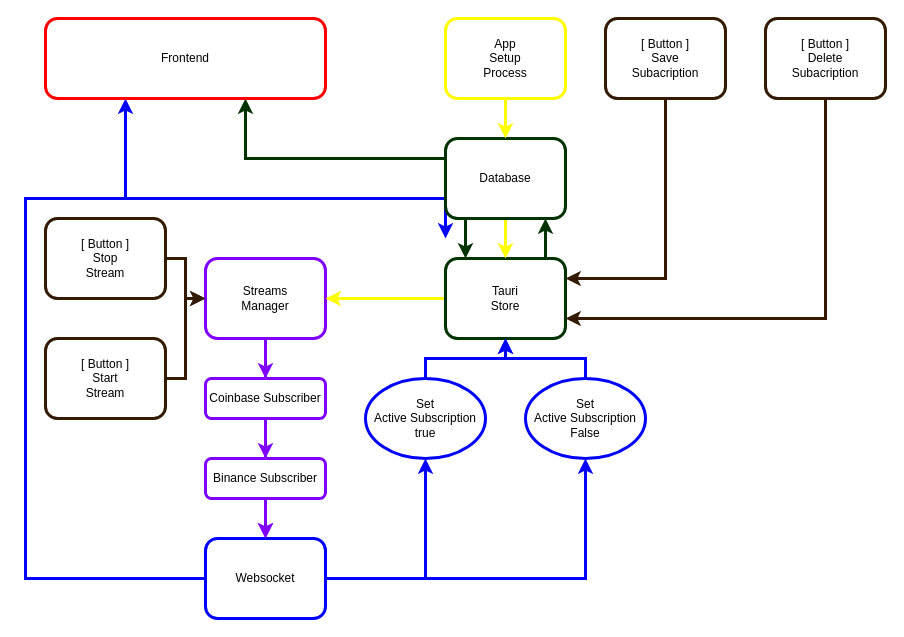
DarthBuddha/chartbuddha keeps this draw.io diagram as .docs/drawio/Subscriber-Logic.drawio. Above is the earlier version. Source tidied: cells renumbered, new cells numbered last; positions are measured from the earlier drawing's top-left corner, leaving out a move shared by most shapes. Both pictures are drawn from the tidied source at 100%, with x=0, y=0 at pixel (25, 18).
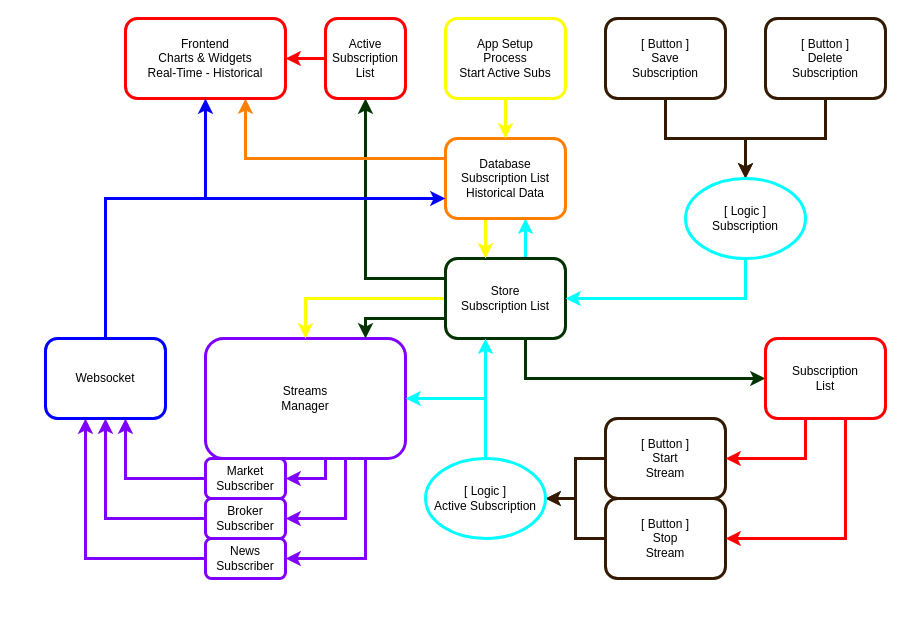
The same page after the edit.

Change to the diagram source:
```diff
@@
-    <mxCell id="2" style="edgeStyle=orthogonalEdgeStyle;rounded=0;jettySize=auto;html=1;strokeColor=#7F00FF;strokeWidth=3;" parent="1" edge="1" source="4" target="13">
-      <mxGeometry relative="1" as="geometry" />
+    <mxCell id="2" style="edgeStyle=orthogonalEdgeStyle;shape=connector;rounded=0;jettySize=auto;html=1;strokeColor=#7F00FF;strokeWidth=3;align=center;verticalAlign=middle;fontFamily=Helvetica;fontSize=12;fontColor=default;labelBackgroundColor=default;endArrow=classic;" parent="1" edge="1" source="4" target="13">
+      <mxGeometry relative="1" as="geometry">
+        <Array as="points">
+          <mxPoint x="340" y="540" />
+        </Array>
+      </mxGeometry>
     </mxCell>
-    <mxCell id="3" style="edgeStyle=orthogonalEdgeStyle;rounded=0;jettySize=auto;html=1;strokeColor=#7F00FF;strokeWidth=3;" parent="1" edge="1" source="4" target="6">
-      <mxGeometry relative="1" as="geometry" />
+    <mxCell id="3" style="edgeStyle=orthogonalEdgeStyle;shape=connector;rounded=0;jettySize=auto;html=1;strokeColor=#7F00FF;strokeWidth=3;align=center;verticalAlign=middle;fontFamily=Helvetica;fontSize=12;fontColor=default;labelBackgroundColor=default;endArrow=classic;" parent="1" edge="1" source="4" target="6">
+      <mxGeometry relative="1" as="geometry">
+        <Array as="points">
+          <mxPoint x="320" y="500" />
+        </Array>
+      </mxGeometry>
     </mxCell>
     <mxCell id="4" value="Streams&lt;br&gt;Manager" style="rounded=1;whiteSpace=wrap;html=1;strokeColor=#7F00FF;strokeWidth=3;" parent="1" vertex="1">
-      <mxGeometry x="180" y="240" width="120" height="80" as="geometry" />
+      <mxGeometry x="180" y="320" width="200" height="120" as="geometry" />
     </mxCell>
-    <mxCell id="5" style="edgeStyle=orthogonalEdgeStyle;rounded=0;jettySize=auto;html=1;strokeColor=#7F00FF;strokeWidth=3;" parent="1" edge="1" source="6" target="11">
+    <mxCell id="5" style="edgeStyle=orthogonalEdgeStyle;shape=connector;rounded=0;jettySize=auto;html=1;strokeColor=#7F00FF;strokeWidth=3;align=center;verticalAlign=middle;fontFamily=Helvetica;fontSize=12;fontColor=default;labelBackgroundColor=default;endArrow=classic;" parent="1" edge="1" source="6" target="11">
       <mxGeometry relative="1" as="geometry" />
     </mxCell>
-    <mxCell id="6" value="Coinbase Subscriber" style="rounded=1;whiteSpace=wrap;html=1;strokeColor=#7F00FF;strokeWidth=3;" parent="1" vertex="1">
-      <mxGeometry x="180" y="360" width="120" height="40" as="geometry" />
+    <mxCell id="6" value="&lt;div&gt;Broker&lt;/div&gt;&lt;div&gt;Subscriber&lt;/div&gt;" style="rounded=1;whiteSpace=wrap;html=1;strokeColor=#7F00FF;strokeWidth=3;" parent="1" vertex="1">
+      <mxGeometry x="180" y="480" width="80" height="40" as="geometry" />
     </mxCell>
-    <mxCell id="7" style="edgeStyle=orthogonalEdgeStyle;rounded=0;jettySize=auto;html=1;strokeColor=#0000FF;strokeWidth=3;" parent="1" edge="1" source="11" target="32">
-      <mxGeometry relative="1" as="geometry" />
-    </mxCell>
-    <mxCell id="8" style="edgeStyle=orthogonalEdgeStyle;rounded=0;jettySize=auto;html=1;strokeColor=#0000FF;strokeWidth=3;" parent="1" edge="1" source="11" target="34">
-      <mxGeometry relative="1" as="geometry" />
-    </mxCell>
-    <mxCell id="9" style="edgeStyle=orthogonalEdgeStyle;rounded=0;orthogonalLoop=1;jettySize=auto;html=1;strokeColor=#0000FF;strokeWidth=3;" parent="1" edge="1">
-      <mxGeometry relative="1" as="geometry">
-        <mxPoint x="180" y="560" as="sourcePoint" />
-        <mxPoint x="420" y="220" as="targetPoint" />
-        <Array as="points">
-          <mxPoint y="560" />
-          <mxPoint y="180" />
-          <mxPoint x="420" y="180" />
-        </Array>
-      </mxGeometry>
-    </mxCell>
-    <mxCell id="10" style="edgeStyle=orthogonalEdgeStyle;rounded=0;jettySize=auto;html=1;strokeColor=#0000FF;strokeWidth=3;" parent="1" edge="1" target="35">
-      <mxGeometry relative="1" as="geometry">
-        <mxPoint x="180" y="560" as="sourcePoint" />
-        <Array as="points">
-          <mxPoint y="560" />
-          <mxPoint y="180" />
-          <mxPoint x="100" y="180" />
-        </Array>
-      </mxGeometry>
-    </mxCell>
-    <mxCell id="11" value="Websocket" style="rounded=1;whiteSpace=wrap;html=1;strokeColor=#0000FF;strokeWidth=3;" parent="1" vertex="1">
-      <mxGeometry x="180" y="520" width="120" height="80" as="geometry" />
-    </mxCell>
-    <mxCell id="12" style="edgeStyle=orthogonalEdgeStyle;rounded=0;jettySize=auto;html=1;strokeColor=#7F00FF;strokeWidth=3;" parent="1" edge="1" source="13" target="11">
-      <mxGeometry relative="1" as="geometry" />
+    <mxCell id="12" style="edgeStyle=orthogonalEdgeStyle;shape=connector;rounded=0;jettySize=auto;html=1;strokeColor=#7F00FF;strokeWidth=3;align=center;verticalAlign=middle;fontFamily=Helvetica;fontSize=12;fontColor=default;labelBackgroundColor=default;endArrow=classic;" parent="1" edge="1" source="13" target="11">
+      <mxGeometry relative="1" as="geometry">
+        <Array as="points">
+          <mxPoint x="60" y="540" />
+        </Array>
+      </mxGeometry>
     </mxCell>
-    <mxCell id="13" value="Binance Subscriber" style="rounded=1;whiteSpace=wrap;html=1;strokeColor=#7F00FF;strokeWidth=3;" parent="1" vertex="1">
-      <mxGeometry x="180" y="440" width="120" height="40" as="geometry" />
+    <mxCell id="13" value="&lt;div&gt;News&lt;/div&gt;&lt;div&gt;Subscriber&lt;/div&gt;" style="rounded=1;whiteSpace=wrap;html=1;strokeColor=#7F00FF;strokeWidth=3;" parent="1" vertex="1">
+      <mxGeometry x="180" y="520" width="80" height="40" as="geometry" />
     </mxCell>
+    <mxCell id="15" style="edgeStyle=orthogonalEdgeStyle;rounded=0;jettySize=auto;html=1;strokeColor=#FFFF00;strokeWidth=3;" parent="1" edge="1" source="16" target="4">
+      <mxGeometry relative="1" as="geometry">
+        <Array as="points">
+          <mxPoint x="330" y="280" />
+          <mxPoint x="330" y="280" />
+        </Array>
+      </mxGeometry>
+    </mxCell>
+    <mxCell id="36" style="edgeStyle=orthogonalEdgeStyle;rounded=0;jettySize=auto;html=1;strokeColor=#003300;strokeWidth=3;startArrow=none;startFill=0;" parent="1" edge="1" source="16" target="43">
+      <mxGeometry relative="1" as="geometry">
+        <Array as="points">
+          <mxPoint x="340" y="260" />
+        </Array>
+      </mxGeometry>
+    </mxCell>
+    <mxCell id="37" style="edgeStyle=orthogonalEdgeStyle;rounded=0;jettySize=auto;html=1;strokeColor=#003300;strokeWidth=3;" parent="1" edge="1" source="16" target="48">
+      <mxGeometry relative="1" as="geometry">
+        <Array as="points">
+          <mxPoint x="500" y="360" />
+        </Array>
+      </mxGeometry>
+    </mxCell>
+    <mxCell id="38" style="edgeStyle=orthogonalEdgeStyle;shape=connector;rounded=0;jettySize=auto;html=1;strokeColor=#003300;strokeWidth=3;align=center;verticalAlign=middle;fontFamily=Helvetica;fontSize=12;fontColor=default;labelBackgroundColor=default;endArrow=classic;" parent="1" edge="1" source="16" target="4">
+      <mxGeometry relative="1" as="geometry">
+        <Array as="points">
+          <mxPoint x="340" y="300" />
+        </Array>
+      </mxGeometry>
+    </mxCell>
-    <mxCell id="14" style="edgeStyle=orthogonalEdgeStyle;rounded=0;jettySize=auto;html=1;strokeColor=#003300;strokeWidth=3;" parent="1" edge="1" source="16" target="20">
+    <mxCell id="14" style="edgeStyle=orthogonalEdgeStyle;shape=connector;rounded=0;jettySize=auto;html=1;strokeColor=#00FFFF;strokeWidth=3;align=center;verticalAlign=middle;fontFamily=Helvetica;fontSize=12;fontColor=default;labelBackgroundColor=default;endArrow=classic;" parent="1" edge="1" source="16" target="20">
       <mxGeometry relative="1" as="geometry">
         <Array as="points">
-          <mxPoint x="520" y="220" />
-          <mxPoint x="520" y="220" />
+          <mxPoint x="500" y="220" />
+          <mxPoint x="500" y="220" />
         </Array>
       </mxGeometry>
     </mxCell>
-    <mxCell id="15" style="edgeStyle=orthogonalEdgeStyle;rounded=0;jettySize=auto;html=1;strokeColor=#FFFF00;strokeWidth=3;" parent="1" edge="1" source="16" target="4">
-      <mxGeometry relative="1" as="geometry" />
-    </mxCell>
-    <mxCell id="16" value="Tauri&lt;br&gt;Store" style="rounded=1;whiteSpace=wrap;html=1;strokeColor=#003300;strokeWidth=3;" parent="1" vertex="1">
+    <mxCell id="16" value="Store&lt;br&gt;Subscription List" style="rounded=1;whiteSpace=wrap;html=1;strokeColor=#003300;strokeWidth=3;" parent="1" vertex="1">
       <mxGeometry x="420" y="240" width="120" height="80" as="geometry" />
     </mxCell>
-    <mxCell id="17" style="edgeStyle=orthogonalEdgeStyle;rounded=0;jettySize=auto;html=1;strokeColor=#003300;strokeWidth=3;" parent="1" edge="1" source="20" target="16">
-      <mxGeometry relative="1" as="geometry">
-        <Array as="points">
-          <mxPoint x="440" y="220" />
-          <mxPoint x="440" y="220" />
-        </Array>
-      </mxGeometry>
-    </mxCell>
     <mxCell id="18" style="edgeStyle=orthogonalEdgeStyle;rounded=0;jettySize=auto;html=1;strokeColor=#FFFF00;strokeWidth=3;" parent="1" edge="1" source="20" target="16">
-      <mxGeometry relative="1" as="geometry" />
+      <mxGeometry relative="1" as="geometry">
+        <Array as="points">
+          <mxPoint x="460" y="220" />
+          <mxPoint x="460" y="220" />
+        </Array>
+      </mxGeometry>
     </mxCell>
-    <mxCell id="19" style="edgeStyle=orthogonalEdgeStyle;rounded=0;jettySize=auto;html=1;strokeColor=#003300;strokeWidth=3;" parent="1" edge="1" source="20" target="35">
+    <mxCell id="19" style="edgeStyle=orthogonalEdgeStyle;rounded=0;jettySize=auto;html=1;strokeColor=#FF8000;strokeWidth=3;" parent="1" edge="1" source="20" target="35">
       <mxGeometry relative="1" as="geometry">
         <Array as="points">
           <mxPoint x="220" y="140" />
         </Array>
       </mxGeometry>
     </mxCell>
-    <mxCell id="20" value="Database" style="rounded=1;whiteSpace=wrap;html=1;strokeColor=#003300;strokeWidth=3;" parent="1" vertex="1">
+    <mxCell id="20" value="Database&lt;br&gt;Subscription List&lt;br&gt;Historical Data" style="rounded=1;whiteSpace=wrap;html=1;strokeColor=#FF8000;strokeWidth=3;" parent="1" vertex="1">
       <mxGeometry x="420" y="120" width="120" height="80" as="geometry" />
     </mxCell>
-    <mxCell id="21" style="edgeStyle=orthogonalEdgeStyle;rounded=0;jettySize=auto;html=1;strokeColor=#331A00;strokeWidth=3;" parent="1" edge="1" source="22" target="4">
-      <mxGeometry relative="1" as="geometry" />
-    </mxCell>
+    <mxCell id="39" style="edgeStyle=orthogonalEdgeStyle;rounded=0;jettySize=auto;html=1;strokeColor=#331A00;strokeWidth=3;" parent="1" edge="1" source="22" target="32">
+      <mxGeometry relative="1" as="geometry" />
+    </mxCell>
     <mxCell id="22" value="[ Button ]&lt;br&gt;Start&lt;br&gt;Stream" style="rounded=1;whiteSpace=wrap;html=1;strokeColor=#331A00;strokeWidth=3;" parent="1" vertex="1">
-      <mxGeometry x="20" y="320" width="120" height="80" as="geometry" />
+      <mxGeometry x="580" y="400" width="120" height="80" as="geometry" />
     </mxCell>
-    <mxCell id="23" style="edgeStyle=orthogonalEdgeStyle;rounded=0;jettySize=auto;html=1;strokeColor=#331A00;strokeWidth=3;" parent="1" edge="1" source="24" target="4">
-      <mxGeometry relative="1" as="geometry" />
-    </mxCell>
+    <mxCell id="40" style="edgeStyle=orthogonalEdgeStyle;shape=connector;rounded=0;jettySize=auto;html=1;strokeColor=#331A00;strokeWidth=3;align=center;verticalAlign=middle;fontFamily=Helvetica;fontSize=12;fontColor=default;labelBackgroundColor=default;endArrow=classic;" parent="1" edge="1" source="24" target="32">
+      <mxGeometry relative="1" as="geometry" />
+    </mxCell>
     <mxCell id="24" value="[ Button ]&lt;br&gt;Stop&lt;br&gt;Stream" style="rounded=1;whiteSpace=wrap;html=1;strokeColor=#331A00;strokeWidth=3;" parent="1" vertex="1">
-      <mxGeometry x="20" y="200" width="120" height="80" as="geometry" />
+      <mxGeometry x="580" y="480" width="120" height="80" as="geometry" />
     </mxCell>
@@
-    <mxCell id="26" value="App&lt;br&gt;Setup&lt;br&gt;Process" style="rounded=1;whiteSpace=wrap;html=1;strokeColor=#FFFF00;strokeWidth=3;" parent="1" vertex="1">
+    <mxCell id="26" value="App Setup&lt;br&gt;Process&lt;br&gt;Start Active Subs" style="rounded=1;whiteSpace=wrap;html=1;strokeColor=#FFFF00;strokeWidth=3;" parent="1" vertex="1">
       <mxGeometry x="420" width="120" height="80" as="geometry" />
     </mxCell>
-    <mxCell id="27" style="edgeStyle=orthogonalEdgeStyle;rounded=0;jettySize=auto;html=1;strokeColor=#331A00;strokeWidth=3;" parent="1" edge="1" source="28" target="16">
+    <mxCell id="27" style="edgeStyle=orthogonalEdgeStyle;rounded=0;jettySize=auto;html=1;strokeColor=#331A00;strokeWidth=3;" parent="1" edge="1" source="28">
       <mxGeometry relative="1" as="geometry">
+        <mxPoint x="720" y="160" as="targetPoint" />
         <Array as="points">
-          <mxPoint x="640" y="260" />
+          <mxPoint x="640" y="120" />
+          <mxPoint x="720" y="120" />
         </Array>
       </mxGeometry>
     </mxCell>
-    <mxCell id="28" value="[ Button ]&lt;br&gt;Save&lt;br&gt;Subacription" style="rounded=1;whiteSpace=wrap;html=1;strokeColor=#331A00;strokeWidth=3;" parent="1" vertex="1">
+    <mxCell id="28" value="[ Button ]&lt;br&gt;Save&lt;br&gt;Subscription" style="rounded=1;whiteSpace=wrap;html=1;strokeColor=#331A00;strokeWidth=3;" parent="1" vertex="1">
       <mxGeometry x="580" width="120" height="80" as="geometry" />
     </mxCell>
-    <mxCell id="29" style="edgeStyle=orthogonalEdgeStyle;rounded=0;jettySize=auto;html=1;exitX=0.5;exitY=1;exitDx=0;exitDy=0;strokeColor=#331A00;strokeWidth=3;" parent="1" edge="1" source="30" target="16">
+    <mxCell id="29" style="edgeStyle=orthogonalEdgeStyle;rounded=0;jettySize=auto;html=1;exitX=0.5;exitY=1;exitDx=0;exitDy=0;strokeColor=#331A00;strokeWidth=3;" parent="1" edge="1" source="30">
       <mxGeometry relative="1" as="geometry">
+        <mxPoint x="720" y="160" as="targetPoint" />
         <Array as="points">
-          <mxPoint x="800" y="300" />
+          <mxPoint x="800" y="120" />
+          <mxPoint x="720" y="120" />
         </Array>
       </mxGeometry>
     </mxCell>
-    <mxCell id="30" value="[ Button ]&lt;br&gt;Delete&lt;br&gt;Subacription" style="rounded=1;whiteSpace=wrap;html=1;strokeColor=#331A00;strokeWidth=3;" parent="1" vertex="1">
+    <mxCell id="30" value="[ Button ]&lt;br&gt;Delete&lt;br&gt;Subscription" style="rounded=1;whiteSpace=wrap;html=1;strokeColor=#331A00;strokeWidth=3;" parent="1" vertex="1">
       <mxGeometry x="740" width="120" height="80" as="geometry" />
     </mxCell>
-    <mxCell id="31" style="edgeStyle=orthogonalEdgeStyle;rounded=0;jettySize=auto;html=1;strokeColor=#0000FF;strokeWidth=3;" parent="1" edge="1" source="32" target="16">
-      <mxGeometry relative="1" as="geometry" />
+    <mxCell id="31" style="edgeStyle=orthogonalEdgeStyle;rounded=0;jettySize=auto;html=1;strokeColor=#00FFFF;strokeWidth=3;" parent="1" edge="1" source="32" target="16">
+      <mxGeometry relative="1" as="geometry">
+        <Array as="points">
+          <mxPoint x="460" y="350" />
+          <mxPoint x="460" y="350" />
+        </Array>
+      </mxGeometry>
     </mxCell>
+    <mxCell id="41" style="edgeStyle=orthogonalEdgeStyle;shape=connector;rounded=0;jettySize=auto;html=1;strokeColor=#00FFFF;strokeWidth=3;align=center;verticalAlign=middle;fontFamily=Helvetica;fontSize=12;fontColor=default;labelBackgroundColor=default;endArrow=classic;" parent="1" edge="1" source="32" target="4">
+      <mxGeometry relative="1" as="geometry">
+        <Array as="points">
+          <mxPoint x="460" y="380" />
+        </Array>
+      </mxGeometry>
+    </mxCell>
-    <mxCell id="32" value="Set&lt;br&gt;Active Subscription&lt;br&gt;true" style="ellipse;whiteSpace=wrap;html=1;strokeColor=#0000FF;strokeWidth=3;" parent="1" vertex="1">
-      <mxGeometry x="340" y="360" width="120" height="80" as="geometry" />
+    <mxCell id="32" value="&lt;div&gt;[ Logic ]&lt;/div&gt;Active Subscription" style="ellipse;whiteSpace=wrap;html=1;strokeColor=#00FFFF;strokeWidth=3;" parent="1" vertex="1">
+      <mxGeometry x="400" y="440" width="120" height="80" as="geometry" />
     </mxCell>
-    <mxCell id="33" style="edgeStyle=orthogonalEdgeStyle;rounded=0;jettySize=auto;html=1;strokeColor=#0000FF;strokeWidth=3;" parent="1" edge="1" source="34" target="16">
-      <mxGeometry relative="1" as="geometry" />
-    </mxCell>
-    <mxCell id="34" value="Set&lt;br&gt;Active Subscription&lt;br&gt;False" style="ellipse;whiteSpace=wrap;html=1;strokeColor=#0000FF;strokeWidth=3;" parent="1" vertex="1">
-      <mxGeometry x="500" y="360" width="120" height="80" as="geometry" />
-    </mxCell>
-    <mxCell id="35" value="Frontend" style="rounded=1;whiteSpace=wrap;html=1;strokeColor=#FF0000;strokeWidth=3;" parent="1" vertex="1">
-      <mxGeometry x="20" width="280" height="80" as="geometry" />
+    <mxCell id="35" value="Frontend&lt;br&gt;Charts &amp;amp; Widgets&lt;br&gt;Real-Time - Historical" style="rounded=1;whiteSpace=wrap;html=1;strokeColor=#FF0000;strokeWidth=3;" parent="1" vertex="1">
+      <mxGeometry x="100" width="160" height="80" as="geometry" />
     </mxCell>
+    <mxCell id="42" style="edgeStyle=orthogonalEdgeStyle;rounded=0;jettySize=auto;html=1;strokeColor=#FF0000;strokeWidth=3;" parent="1" edge="1" source="43" target="35">
+      <mxGeometry relative="1" as="geometry" />
+    </mxCell>
+    <mxCell id="43" value="Active&lt;br&gt;Subscription&lt;br&gt;List" style="rounded=1;whiteSpace=wrap;html=1;strokeColor=#FF0000;strokeWidth=3;" parent="1" vertex="1">
+      <mxGeometry x="300" width="80" height="80" as="geometry" />
+    </mxCell>
+    <mxCell id="44" style="edgeStyle=orthogonalEdgeStyle;shape=connector;rounded=0;jettySize=auto;html=1;strokeColor=#7F00FF;strokeWidth=3;align=center;verticalAlign=middle;fontFamily=Helvetica;fontSize=12;fontColor=default;labelBackgroundColor=default;endArrow=classic;" parent="1" edge="1" source="45" target="11">
+      <mxGeometry relative="1" as="geometry">
+        <Array as="points">
+          <mxPoint x="100" y="460" />
+        </Array>
+      </mxGeometry>
+    </mxCell>
+    <mxCell id="45" value="&lt;span style=&quot;background-color: transparent; color: light-dark(rgb(0, 0, 0), rgb(255, 255, 255));&quot;&gt;Market&lt;/span&gt;&lt;div&gt;&lt;span style=&quot;background-color: transparent; color: light-dark(rgb(0, 0, 0), rgb(255, 255, 255));&quot;&gt;Subscriber&lt;/span&gt;&lt;/div&gt;" style="rounded=1;whiteSpace=wrap;html=1;strokeColor=#7F00FF;strokeWidth=3;" parent="1" vertex="1">
+      <mxGeometry x="180" y="440" width="80" height="40" as="geometry" />
+    </mxCell>
+    <mxCell id="46" style="edgeStyle=orthogonalEdgeStyle;rounded=0;jettySize=auto;html=1;strokeColor=#FF0000;strokeWidth=3;" parent="1" edge="1" source="48" target="24">
+      <mxGeometry relative="1" as="geometry">
+        <Array as="points">
+          <mxPoint x="820" y="520" />
+        </Array>
+      </mxGeometry>
+    </mxCell>
+    <mxCell id="47" style="edgeStyle=orthogonalEdgeStyle;shape=connector;rounded=0;jettySize=auto;html=1;strokeColor=#FF0000;strokeWidth=3;align=center;verticalAlign=middle;fontFamily=Helvetica;fontSize=12;fontColor=default;labelBackgroundColor=default;endArrow=classic;" parent="1" edge="1" source="48" target="22">
+      <mxGeometry relative="1" as="geometry">
+        <Array as="points">
+          <mxPoint x="780" y="440" />
+        </Array>
+      </mxGeometry>
+    </mxCell>
+    <mxCell id="48" value="Subscription&lt;br&gt;List" style="rounded=1;whiteSpace=wrap;html=1;strokeColor=#FF0000;strokeWidth=3;" parent="1" vertex="1">
+      <mxGeometry x="740" y="320" width="120" height="80" as="geometry" />
+    </mxCell>
+    <mxCell id="49" style="edgeStyle=orthogonalEdgeStyle;shape=connector;rounded=0;jettySize=auto;html=1;strokeColor=#00FFFF;strokeWidth=3;align=center;verticalAlign=middle;fontFamily=Helvetica;fontSize=12;fontColor=default;labelBackgroundColor=default;endArrow=classic;" parent="1" edge="1" source="50" target="16">
+      <mxGeometry relative="1" as="geometry">
+        <Array as="points">
+          <mxPoint x="720" y="280" />
+        </Array>
+      </mxGeometry>
+    </mxCell>
+    <mxCell id="50" value="[ Logic ]&lt;br&gt;Subscription" style="ellipse;whiteSpace=wrap;html=1;rounded=1;strokeColor=#00FFFF;strokeWidth=3;align=center;verticalAlign=middle;fontFamily=Helvetica;fontSize=12;fontColor=default;labelBackgroundColor=default;fillColor=default;" parent="1" vertex="1">
+      <mxGeometry x="660" y="160" width="120" height="80" as="geometry" />
+    </mxCell>
+    <mxCell id="51" style="edgeStyle=orthogonalEdgeStyle;shape=connector;rounded=0;jettySize=auto;html=1;strokeColor=#0000FF;strokeWidth=3;align=center;verticalAlign=middle;fontFamily=Helvetica;fontSize=12;fontColor=default;labelBackgroundColor=default;endArrow=classic;" parent="1" edge="1" source="11" target="35">
+      <mxGeometry relative="1" as="geometry">
+        <Array as="points">
+          <mxPoint x="80" y="180" />
+          <mxPoint x="180" y="180" />
+        </Array>
+      </mxGeometry>
+    </mxCell>
+    <mxCell id="52" style="edgeStyle=orthogonalEdgeStyle;shape=connector;rounded=0;jettySize=auto;html=1;strokeColor=#0000FF;strokeWidth=3;align=center;verticalAlign=middle;fontFamily=Helvetica;fontSize=12;fontColor=default;labelBackgroundColor=default;endArrow=classic;" parent="1" edge="1" source="11" target="20">
+      <mxGeometry relative="1" as="geometry">
+        <Array as="points">
+          <mxPoint x="80" y="180" />
+        </Array>
+      </mxGeometry>
+    </mxCell>
+    <mxCell id="11" value="Websocket" style="rounded=1;whiteSpace=wrap;html=1;strokeColor=#0000FF;strokeWidth=3;" parent="1" vertex="1">
+      <mxGeometry x="20" y="320" width="120" height="80" as="geometry" />
+    </mxCell>
+    <mxCell id="53" style="edgeStyle=orthogonalEdgeStyle;shape=connector;rounded=0;jettySize=auto;html=1;strokeColor=#7F00FF;strokeWidth=3;align=center;verticalAlign=middle;fontFamily=Helvetica;fontSize=12;fontColor=default;labelBackgroundColor=default;endArrow=classic;entryX=1;entryY=0.5;entryDx=0;entryDy=0;" parent="1" edge="1" source="4" target="45">
+      <mxGeometry relative="1" as="geometry">
+        <Array as="points">
+          <mxPoint x="300" y="460" />
+        </Array>
+      </mxGeometry>
+    </mxCell>
```
